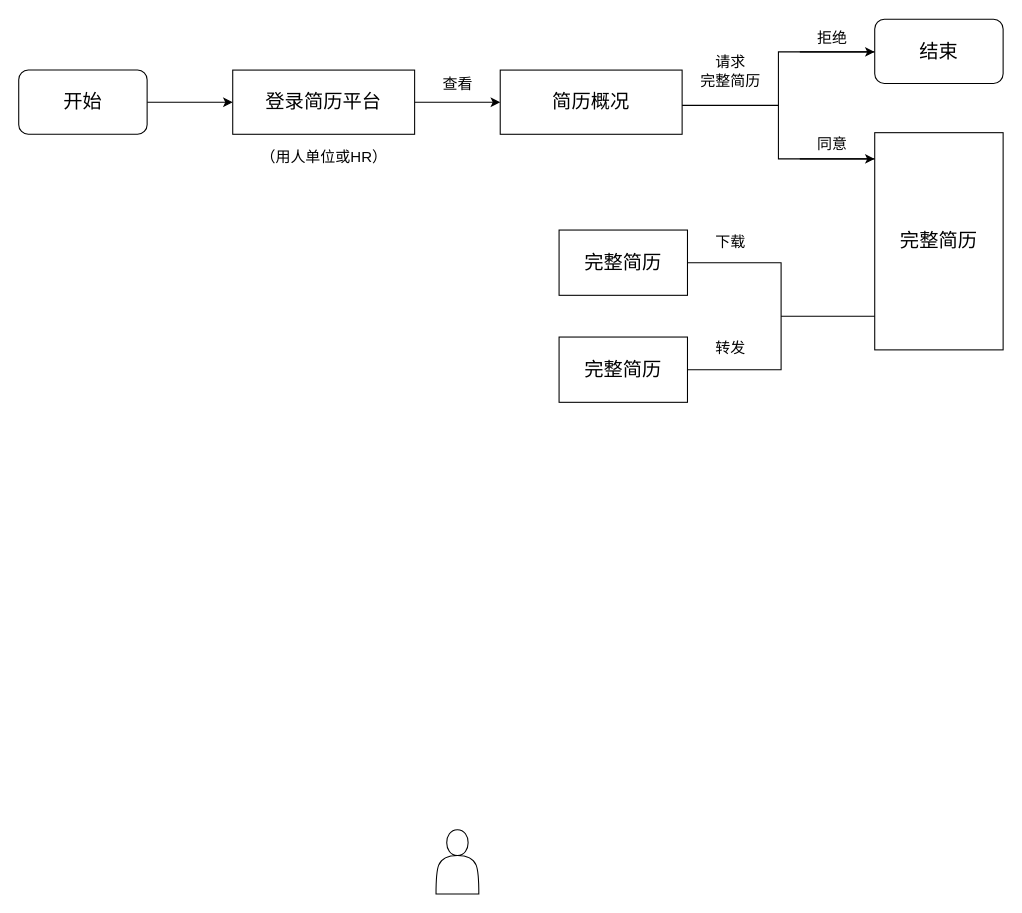
SuJack/www.draw.io keeps this draw.io diagram as 隐私保护专利流程.drawio. Above is the earlier version. Source tidied: cells renumbered, new cells numbered last; positions are measured from the earlier drawing's top-left corner, leaving out a move shared by most shapes. Both pictures are drawn from the tidied source at 107%, with x=0, y=0 at pixel (18, 18).
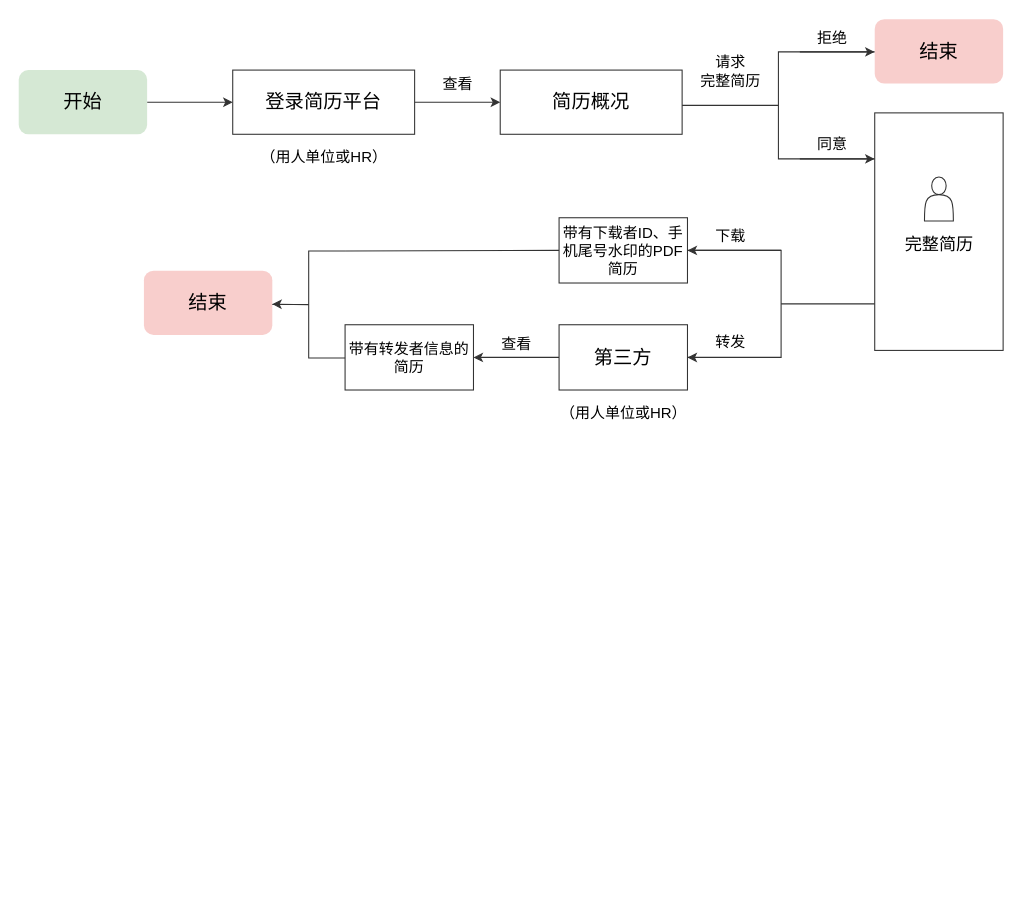
After the change.

Commit message:
更新隐私保护专利流程.drawio

The edit, as a diff of the source:
```diff
@@
-    <mxCell id="2" style="edgeStyle=orthogonalEdgeStyle;rounded=0;jettySize=auto;html=1;fontSize=18;" parent="1" edge="1" source="3" target="5">
+    <mxCell id="2" style="edgeStyle=orthogonalEdgeStyle;rounded=0;jettySize=auto;html=1;fontSize=18;strokeColor=#333333;" parent="1" edge="1" source="3" target="5">
       <mxGeometry relative="1" as="geometry" />
     </mxCell>
-    <mxCell id="3" value="开始" style="rounded=1;whiteSpace=wrap;html=1;fontSize=18;" parent="1" vertex="1">
+    <mxCell id="3" value="开始" style="rounded=1;whiteSpace=wrap;html=1;fontSize=18;strokeColor=none;fillColor=#d5e8d4;fontColor=#000000;" parent="1" vertex="1">
       <mxGeometry y="48" width="120" height="60" as="geometry" />
     </mxCell>
-    <mxCell id="4" style="edgeStyle=orthogonalEdgeStyle;rounded=0;jettySize=auto;html=1;fontSize=14;" parent="1" edge="1" source="5" target="6">
+    <mxCell id="4" style="edgeStyle=orthogonalEdgeStyle;rounded=0;jettySize=auto;html=1;fontSize=14;strokeColor=#333333;" parent="1" edge="1" source="5" target="6">
       <mxGeometry relative="1" as="geometry" />
     </mxCell>
-    <mxCell id="5" value="登录简历平台" style="rounded=1;whiteSpace=wrap;html=1;fontSize=18;arcSize=0;" parent="1" vertex="1">
+    <mxCell id="5" value="登录简历平台" style="rounded=1;whiteSpace=wrap;html=1;fontSize=18;arcSize=0;strokeColor=#333333;" parent="1" vertex="1">
       <mxGeometry x="200" y="48" width="170" height="60" as="geometry" />
     </mxCell>
-    <mxCell id="6" value="简历概况" style="rounded=1;whiteSpace=wrap;html=1;fontSize=18;arcSize=0;" parent="1" vertex="1">
+    <mxCell id="6" value="简历概况" style="rounded=1;whiteSpace=wrap;html=1;fontSize=18;arcSize=0;strokeColor=#333333;" parent="1" vertex="1">
       <mxGeometry x="450" y="48" width="170" height="60" as="geometry" />
     </mxCell>
-    <mxCell id="7" value="（用人单位或HR）" style="text;html=1;align=center;verticalAlign=top;spacingTop=-4;fontSize=14;" parent="1" vertex="1">
+    <mxCell id="7" value="（用人单位或HR）" style="text;html=1;align=center;verticalAlign=top;spacingTop=-4;fontSize=14;strokeColor=none;" parent="1" vertex="1">
       <mxGeometry x="220" y="118" width="130" height="20" as="geometry" />
     </mxCell>
-    <mxCell id="8" value="查看" style="text;html=1;align=center;verticalAlign=top;spacingTop=-4;fontSize=14;fontStyle=0;" parent="1" vertex="1">
+    <mxCell id="8" value="查看" style="text;html=1;align=center;verticalAlign=top;spacingTop=-4;fontSize=14;fontStyle=0;strokeColor=none;" parent="1" vertex="1">
       <mxGeometry x="390" y="50" width="40" height="20" as="geometry" />
     </mxCell>
-    <mxCell id="9" style="strokeWidth=1;html=1;shape=mxgraph.flowchart.annotation_2;align=left;fontSize=14;" parent="1" vertex="1">
+    <mxCell id="9" style="strokeWidth=1;html=1;shape=mxgraph.flowchart.annotation_2;align=left;fontSize=14;strokeColor=#333333;" parent="1" vertex="1">
       <mxGeometry x="620" y="31" width="180" height="100" as="geometry" />
     </mxCell>
-    <mxCell id="10" value="请求&lt;br&gt;完整简历" style="text;html=1;align=center;verticalAlign=top;spacingTop=-4;fontSize=14;fontStyle=0;" parent="1" vertex="1">
+    <mxCell id="10" value="请求&lt;br&gt;完整简历" style="text;html=1;align=center;verticalAlign=top;spacingTop=-4;fontSize=14;fontStyle=0;strokeColor=none;" parent="1" vertex="1">
       <mxGeometry x="630" y="30" width="70" height="40" as="geometry" />
     </mxCell>
-    <mxCell id="11" value="拒绝" style="text;html=1;align=center;verticalAlign=top;spacingTop=-4;fontSize=14;" parent="1" vertex="1">
+    <mxCell id="11" value="拒绝" style="text;html=1;align=center;verticalAlign=top;spacingTop=-4;fontSize=14;strokeColor=none;" parent="1" vertex="1">
       <mxGeometry x="740" y="6.5" width="40" height="20" as="geometry" />
     </mxCell>
-    <mxCell id="12" value="结束" style="rounded=1;whiteSpace=wrap;html=1;strokeWidth=1;fontSize=18;align=center;" parent="1" vertex="1">
+    <mxCell id="12" value="结束" style="rounded=1;whiteSpace=wrap;html=1;strokeWidth=1;fontSize=18;align=center;fillColor=#f8cecc;strokeColor=none;" parent="1" vertex="1">
       <mxGeometry x="800" y="0.5" width="120" height="60" as="geometry" />
     </mxCell>
-    <mxCell id="13" value="同意" style="text;html=1;align=center;verticalAlign=top;spacingTop=-4;fontSize=14;" parent="1" vertex="1">
+    <mxCell id="13" value="同意" style="text;html=1;align=center;verticalAlign=top;spacingTop=-4;fontSize=14;strokeColor=none;" parent="1" vertex="1">
       <mxGeometry x="740" y="105.5" width="40" height="20" as="geometry" />
     </mxCell>
-    <mxCell id="14" value="完整简历" style="rounded=0;whiteSpace=wrap;html=1;strokeWidth=1;fontSize=18;align=center;" parent="1" vertex="1">
-      <mxGeometry x="800" y="106.5" width="120" height="203" as="geometry" />
+    <mxCell id="14" style="rounded=0;whiteSpace=wrap;html=1;strokeWidth=1;fontSize=18;align=center;strokeColor=#333333;" parent="1" vertex="1">
+      <mxGeometry x="800" y="88" width="120" height="222" as="geometry" />
     </mxCell>
-    <mxCell id="15" value="完整简历" style="rounded=0;whiteSpace=wrap;html=1;strokeWidth=1;fontSize=18;align=center;" parent="1" vertex="1">
-      <mxGeometry x="505" y="197.5" width="120" height="61" as="geometry" />
+    <mxCell id="15" value="带有下载者ID、手机尾号水印的PDF简历" style="rounded=0;whiteSpace=wrap;html=1;strokeWidth=1;fontSize=14;align=center;strokeColor=#333333;" parent="1" vertex="1">
+      <mxGeometry x="505" y="186" width="120" height="61" as="geometry" />
     </mxCell>
-    <mxCell id="16" style="strokeWidth=1;html=1;shape=mxgraph.flowchart.annotation_2;align=left;fontSize=18;rotation=180;" parent="1" vertex="1">
-      <mxGeometry x="625" y="228" width="175" height="100" as="geometry" />
+    <mxCell id="16" style="strokeWidth=1;html=1;shape=mxgraph.flowchart.annotation_2;align=left;fontSize=18;rotation=180;strokeColor=#333333;" parent="1" vertex="1">
+      <mxGeometry x="625" y="216.5" width="175" height="100" as="geometry" />
     </mxCell>
-    <mxCell id="17" style="endArrow=classic;html=1;fontSize=18;" parent="1" edge="1">
+    <mxCell id="17" style="endArrow=classic;html=1;fontSize=18;strokeColor=#333333;" parent="1" edge="1">
       <mxGeometry relative="1" as="geometry">
         <mxPoint x="730" y="131" as="sourcePoint" />
         <mxPoint x="800" y="131" as="targetPoint" />
       </mxGeometry>
     </mxCell>
-    <mxCell id="18" style="endArrow=classic;html=1;fontSize=18;" parent="1" edge="1">
+    <mxCell id="18" style="endArrow=classic;html=1;fontSize=18;strokeColor=#333333;" parent="1" edge="1">
       <mxGeometry relative="1" as="geometry">
         <mxPoint x="730" y="31" as="sourcePoint" />
         <mxPoint x="800" y="31" as="targetPoint" />
       </mxGeometry>
     </mxCell>
+    <mxCell id="23" style="edgeStyle=orthogonalEdgeStyle;rounded=0;jettySize=auto;html=1;fontSize=18;strokeColor=#333333;" parent="1" edge="1" source="19" target="24">
+      <mxGeometry relative="1" as="geometry" />
+    </mxCell>
-    <mxCell id="19" value="完整简历" style="rounded=0;whiteSpace=wrap;html=1;strokeWidth=1;fontSize=18;align=center;" parent="1" vertex="1">
-      <mxGeometry x="505" y="297.5" width="120" height="61" as="geometry" />
+    <mxCell id="19" value="第三方" style="rounded=0;whiteSpace=wrap;html=1;strokeWidth=1;fontSize=18;align=center;strokeColor=#333333;" parent="1" vertex="1">
+      <mxGeometry x="505" y="286" width="120" height="61" as="geometry" />
     </mxCell>
+    <mxCell id="24" value="带有转发者信息的简历" style="rounded=0;whiteSpace=wrap;html=1;strokeWidth=1;fontSize=14;align=center;strokeColor=#333333;" parent="1" vertex="1">
+      <mxGeometry x="305" y="286" width="120" height="61" as="geometry" />
+    </mxCell>
-    <mxCell id="20" value="下载" style="text;html=1;align=center;verticalAlign=top;spacingTop=-4;fontSize=14;" parent="1" vertex="1">
-      <mxGeometry x="645" y="198" width="40" height="20" as="geometry" />
+    <mxCell id="20" value="下载" style="text;html=1;align=center;verticalAlign=top;spacingTop=-4;fontSize=14;strokeColor=none;" parent="1" vertex="1">
+      <mxGeometry x="645" y="191.5" width="40" height="20" as="geometry" />
     </mxCell>
-    <mxCell id="21" value="转发" style="text;html=1;align=center;verticalAlign=top;spacingTop=-4;fontSize=14;" parent="1" vertex="1">
-      <mxGeometry x="645" y="297" width="40" height="20" as="geometry" />
+    <mxCell id="21" value="转发" style="text;html=1;align=center;verticalAlign=top;spacingTop=-4;fontSize=14;strokeColor=none;" parent="1" vertex="1">
+      <mxGeometry x="645" y="290.5" width="40" height="20" as="geometry" />
     </mxCell>
-    <mxCell id="22" style="shape=actor;whiteSpace=wrap;html=1;strokeWidth=1;fontSize=18;align=center;" parent="1" vertex="1">
-      <mxGeometry x="390" y="758" width="40" height="60" as="geometry" />
-    </mxCell>
+    <mxCell id="25" value="查看" style="text;html=1;align=center;verticalAlign=top;spacingTop=-4;fontSize=14;strokeColor=none;" parent="1" vertex="1">
+      <mxGeometry x="440" y="293" width="50" height="20" as="geometry" />
+    </mxCell>
+    <mxCell id="26" value="完整简历" style="text;html=1;align=center;verticalAlign=top;spacingTop=-4;fontSize=16;strokeColor=none;" parent="1" vertex="1">
+      <mxGeometry x="825" y="199" width="70" height="20" as="geometry" />
+    </mxCell>
+    <mxCell id="27" value="结束" style="rounded=1;whiteSpace=wrap;html=1;strokeWidth=1;fontSize=18;align=center;fillColor=#f8cecc;strokeColor=none;" parent="1" vertex="1">
+      <mxGeometry x="117" y="235.5" width="120" height="60" as="geometry" />
+    </mxCell>
+    <mxCell id="28" style="strokeWidth=1;html=1;shape=mxgraph.flowchart.annotation_2;align=left;fontSize=14;strokeColor=#333333;" parent="1" vertex="1">
+      <mxGeometry x="237" y="217" width="68" height="100" as="geometry" />
+    </mxCell>
+    <mxCell id="29" style="endArrow=none;html=1;fontSize=14;entryX=0;entryY=0.5;entryDx=0;entryDy=0;exitX=1;exitY=0;exitDx=0;exitDy=0;exitPerimeter=0;strokeColor=#333333;" parent="1" edge="1" source="28" target="15">
+      <mxGeometry relative="1" as="geometry" />
+    </mxCell>
+    <mxCell id="30" style="endArrow=classic;html=1;fontSize=14;entryX=0.999;entryY=0.52;entryDx=0;entryDy=0;exitX=0.499;exitY=0.503;exitDx=0;exitDy=0;exitPerimeter=0;entryPerimeter=0;strokeColor=#333333;" parent="1" edge="1" source="28" target="27">
+      <mxGeometry relative="1" as="geometry" />
+    </mxCell>
+    <mxCell id="31" style="shape=actor;whiteSpace=wrap;html=1;strokeWidth=1;fontSize=14;align=center;strokeColor=#333333;" parent="1" vertex="1">
+      <mxGeometry x="846.5" y="148" width="27" height="41" as="geometry" />
+    </mxCell>
+    <mxCell id="32" value="（用人单位或HR）" style="text;html=1;align=center;verticalAlign=top;spacingTop=-4;fontSize=14;strokeColor=none;" parent="1" vertex="1">
+      <mxGeometry x="500" y="358" width="130" height="20" as="geometry" />
+    </mxCell>
+    <mxCell id="33" style="endArrow=classic;html=1;strokeColor=#333333;fontSize=18;fontColor=#000000;entryX=1;entryY=1;entryDx=0;entryDy=0;entryPerimeter=0;exitX=0.5;exitY=1;exitDx=0;exitDy=0;exitPerimeter=0;" parent="1" edge="1" source="16" target="16">
+      <mxGeometry relative="1" as="geometry" />
+    </mxCell>
+    <mxCell id="34" style="endArrow=classic;html=1;strokeColor=#333333;fontSize=18;fontColor=#000000;entryX=1;entryY=1;entryDx=0;entryDy=0;entryPerimeter=0;exitX=0.5;exitY=1;exitDx=0;exitDy=0;exitPerimeter=0;" parent="1" edge="1">
+      <mxGeometry relative="1" as="geometry">
+        <mxPoint x="712.5" y="316.6" as="sourcePoint" />
+        <mxPoint x="625" y="316.6" as="targetPoint" />
+      </mxGeometry>
+    </mxCell>
```
